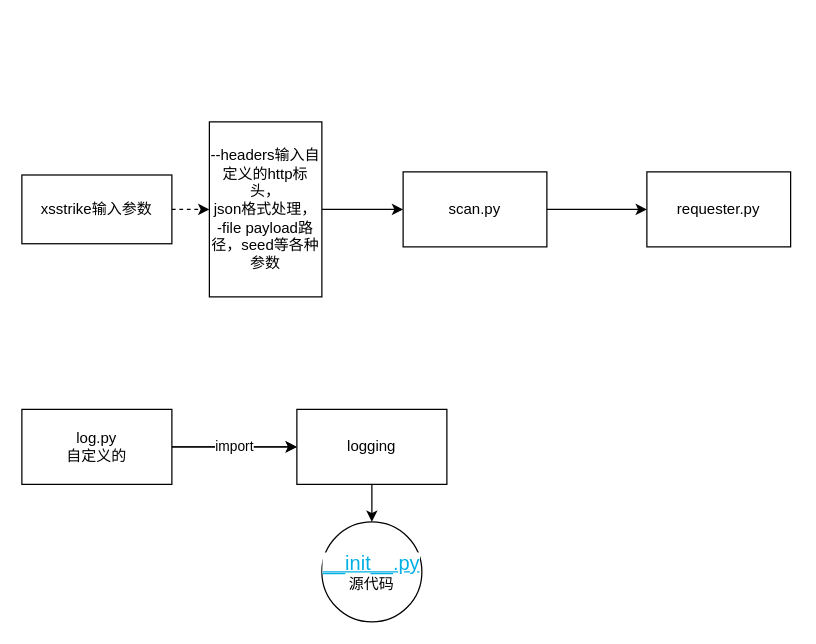
Earlier version of the draw.io diagram page "第 1 页" (1 of 2) of xsstrike 反射xss流程.drawio (chenyk320/work). Source tidied: cells renumbered, new cells numbered last; positions are measured from the earlier drawing's top-left corner, leaving out a move shared by most shapes. Both pictures are drawn from the tidied source at 125%, with x=0, y=0 at pixel (21, 121).
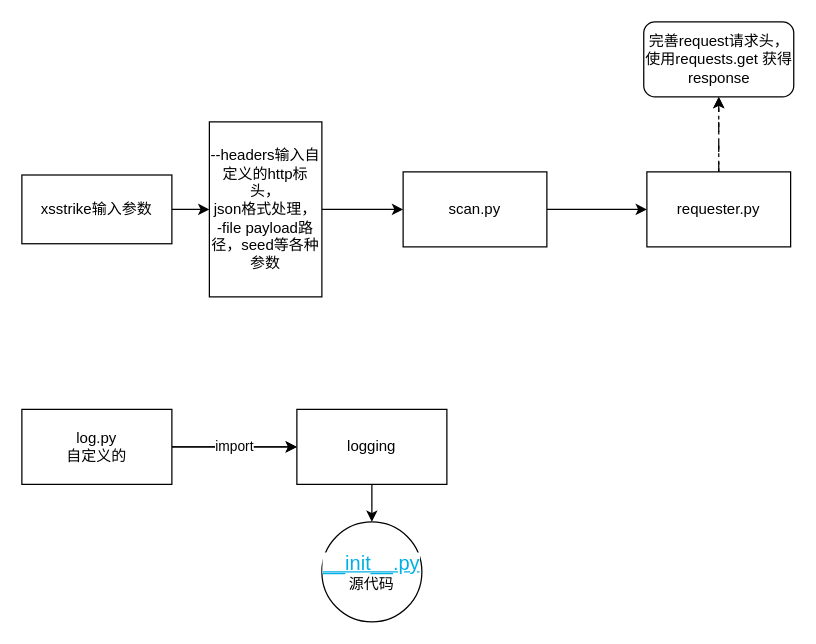
The same page after the edit.

Commit message:
更新xsstrike 反射xss流程.drawio

Change to the diagram source:
```diff
@@
 <mxGraphModel>
   <root>
     <mxCell id="0" />
     <mxCell id="1" parent="0" />
-    <mxCell id="2" style="rounded=0;jettySize=auto;html=1;elbow=vertical;dashed=1;" parent="1" edge="1" source="3" target="7">
+    <mxCell id="2" style="rounded=0;jettySize=auto;html=1;elbow=vertical;" parent="1" edge="1" source="3" target="7">
       <mxGeometry relative="1" as="geometry" />
     </mxCell>
     <mxCell id="3" value="xsstrike输入参数" style="whiteSpace=wrap;html=1;rounded=0;" parent="1" vertex="1">
       <mxGeometry y="42.5" width="120" height="55" as="geometry" />
     </mxCell>
     <mxCell id="4" style="edgeStyle=none;rounded=0;orthogonalLoop=1;jettySize=auto;html=1;exitX=0.5;exitY=0;exitDx=0;exitDy=0;dashed=1;elbow=vertical;" parent="1" edge="1" source="3" target="3">
       <mxGeometry relative="1" as="geometry" />
     </mxCell>
     <mxCell id="5" style="edgeStyle=none;rounded=0;orthogonalLoop=1;jettySize=auto;html=1;exitX=0.5;exitY=1;exitDx=0;exitDy=0;dashed=1;elbow=vertical;" parent="1" edge="1" source="3" target="3">
       <mxGeometry relative="1" as="geometry" />
     </mxCell>
     <mxCell id="6" style="edgeStyle=none;rounded=0;jettySize=auto;html=1;elbow=vertical;" parent="1" edge="1" source="7" target="9">
       <mxGeometry relative="1" as="geometry" />
     </mxCell>
     <mxCell id="7" value="--headers输入自定义的http标头，&lt;br&gt;json格式处理，&lt;br&gt;-file payload路径，seed等各种参数" style="whiteSpace=wrap;html=1;rounded=0;labelPosition=center;verticalLabelPosition=middle;align=center;verticalAlign=middle;" parent="1" vertex="1">
       <mxGeometry x="150" width="90" height="140" as="geometry" />
     </mxCell>
     <mxCell id="8" style="edgeStyle=none;rounded=0;jettySize=auto;html=1;elbow=vertical;" parent="1" edge="1" source="9" target="10">
       <mxGeometry relative="1" as="geometry" />
     </mxCell>
     <mxCell id="9" value="scan.py" style="whiteSpace=wrap;html=1;rounded=0;" parent="1" vertex="1">
       <mxGeometry x="305" y="40" width="115" height="60" as="geometry" />
     </mxCell>
+    <mxCell id="17" style="edgeStyle=orthogonalEdgeStyle;rounded=0;jettySize=auto;html=1;dashed=1;" parent="1" edge="1" source="10" target="18">
+      <mxGeometry relative="1" as="geometry" />
+    </mxCell>
     <mxCell id="10" value="requester.py" style="whiteSpace=wrap;html=1;rounded=0;" parent="1" vertex="1">
       <mxGeometry x="500" y="40" width="115" height="60" as="geometry" />
     </mxCell>
     <mxCell id="11" style="edgeStyle=orthogonalEdgeStyle;rounded=0;jettySize=auto;html=1;" parent="1" edge="1" source="13" target="15">
       <mxGeometry relative="1" as="geometry" />
     </mxCell>
     <mxCell id="12" value="import" style="edgeStyle=orthogonalEdgeStyle;rounded=0;jettySize=auto;html=1;" parent="1" edge="1" source="13" target="15">
       <mxGeometry relative="1" as="geometry" />
     </mxCell>
     <mxCell id="13" value="log.py&lt;br&gt;自定义的" style="rounded=0;whiteSpace=wrap;html=1;" parent="1" vertex="1">
       <mxGeometry y="230" width="120" height="60" as="geometry" />
     </mxCell>
     <mxCell id="14" style="edgeStyle=orthogonalEdgeStyle;rounded=0;jettySize=auto;html=1;" parent="1" edge="1" source="15" target="16">
       <mxGeometry relative="1" as="geometry" />
     </mxCell>
     <mxCell id="15" value="logging" style="whiteSpace=wrap;html=1;rounded=0;" parent="1" vertex="1">
       <mxGeometry x="220" y="230" width="120" height="60" as="geometry" />
     </mxCell>
     <mxCell id="16" value="&lt;a style=&quot;color: rgb(0, 176, 228); font-family: &amp;quot;Lucida Grande&amp;quot;, Arial, sans-serif; font-size: 16px; text-align: left; background-color: rgb(255, 255, 255);&quot; href=&quot;https://github.com/python/cpython/tree/3.11/Lib/logging/__init__.py&quot; class=&quot;reference external&quot;&gt;__init__.py&lt;/a&gt;&lt;br&gt;源代码" style="ellipse;whiteSpace=wrap;html=1;rounded=0;" parent="1" vertex="1">
       <mxGeometry x="240" y="320" width="80" height="80" as="geometry" />
     </mxCell>
+    <mxCell id="18" value="完善request请求头，使用requests.get 获得response" style="rounded=1;whiteSpace=wrap;html=1;" parent="1" vertex="1">
+      <mxGeometry x="497.5" y="-80" width="120" height="60" as="geometry" />
+    </mxCell>
+    <mxCell id="19" style="endArrow=classic;html=1;rounded=0;entryX=0.5;entryY=1;entryDx=0;entryDy=0;exitX=0.5;exitY=0;exitDx=0;exitDy=0;dashed=1;dashPattern=8 8;" parent="1" edge="1" source="10" target="18">
+      <mxGeometry relative="1" as="geometry" />
+    </mxCell>
   </root>
 </mxGraphModel>
```
